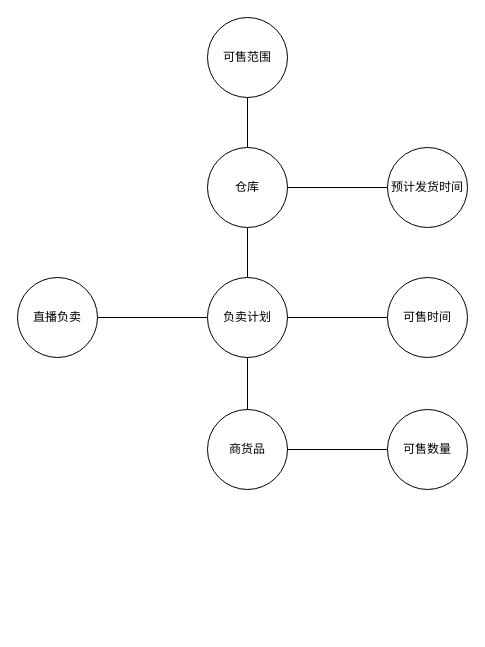
This is fla_gainiantu.drawio from xuyiyang/readme, a draw.io file, before an edit. Source tidied: cells renumbered, new cells numbered last; positions are measured from the earlier drawing's top-left corner, leaving out a move shared by most shapes. Both pictures are drawn from the tidied source at 100%, with x=0, y=0 at pixel (17, 17).
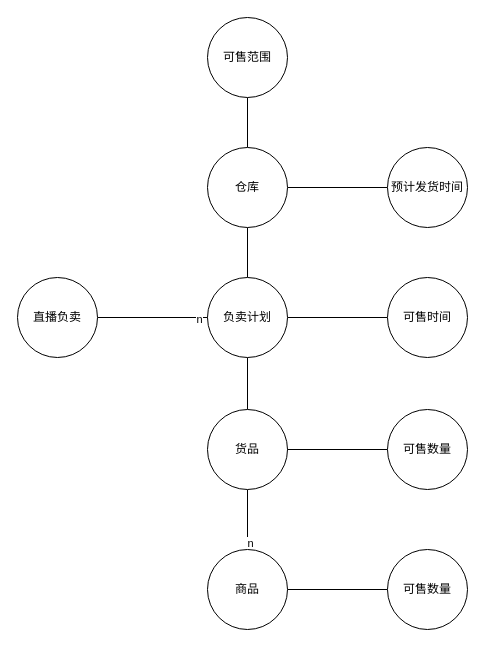
The same diagram, later.

The change refers to these unchanged cells:
```xml
<mxCell id="6" style="edgeStyle=orthogonalEdgeStyle;rounded=0;jettySize=auto;html=1;exitX=1;exitY=0.5;exitDx=0;exitDy=0;entryX=0;entryY=0.5;entryDx=0;entryDy=0;endArrow=none;endFill=0;" parent="1" edge="1" source="7" target="5">
  <mxGeometry relative="1" as="geometry" />
</mxCell>
```

Change to the diagram source:
```diff
@@
+    <mxCell id="17" value="n" style="edgeLabel;html=1;align=center;verticalAlign=middle;" parent="6" vertex="1">
+      <mxGeometry x="0.84" y="-1" relative="1" as="geometry" />
+    </mxCell>
@@
+    <mxCell id="18" style="edgeStyle=orthogonalEdgeStyle;rounded=0;jettySize=auto;html=1;exitX=0.5;exitY=1;exitDx=0;exitDy=0;entryX=0.5;entryY=0;entryDx=0;entryDy=0;endArrow=none;endFill=0;" parent="1" edge="1" source="14" target="21">
+      <mxGeometry relative="1" as="geometry" />
+    </mxCell>
+    <mxCell id="19" value="n" style="edgeLabel;html=1;align=center;verticalAlign=middle;" parent="18" vertex="1">
+      <mxGeometry x="0.77" y="2" relative="1" as="geometry" />
+    </mxCell>
-    <mxCell id="14" value="商货品" style="ellipse;whiteSpace=wrap;html=1;" parent="1" vertex="1">
+    <mxCell id="14" value="货品" style="ellipse;whiteSpace=wrap;html=1;" parent="1" vertex="1">
       <mxGeometry x="190" y="392" width="80" height="80" as="geometry" />
     </mxCell>
@@
+    <mxCell id="20" style="edgeStyle=orthogonalEdgeStyle;rounded=0;jettySize=auto;html=1;exitX=1;exitY=0.5;exitDx=0;exitDy=0;entryX=0;entryY=0.5;entryDx=0;entryDy=0;endArrow=none;endFill=0;" parent="1" edge="1" source="21" target="22">
+      <mxGeometry relative="1" as="geometry" />
+    </mxCell>
+    <mxCell id="21" value="商品" style="ellipse;whiteSpace=wrap;html=1;" parent="1" vertex="1">
+      <mxGeometry x="190" y="532" width="80" height="80" as="geometry" />
+    </mxCell>
+    <mxCell id="22" value="可售数量" style="ellipse;whiteSpace=wrap;html=1;" parent="1" vertex="1">
+      <mxGeometry x="370" y="532" width="80" height="80" as="geometry" />
+    </mxCell>
```
